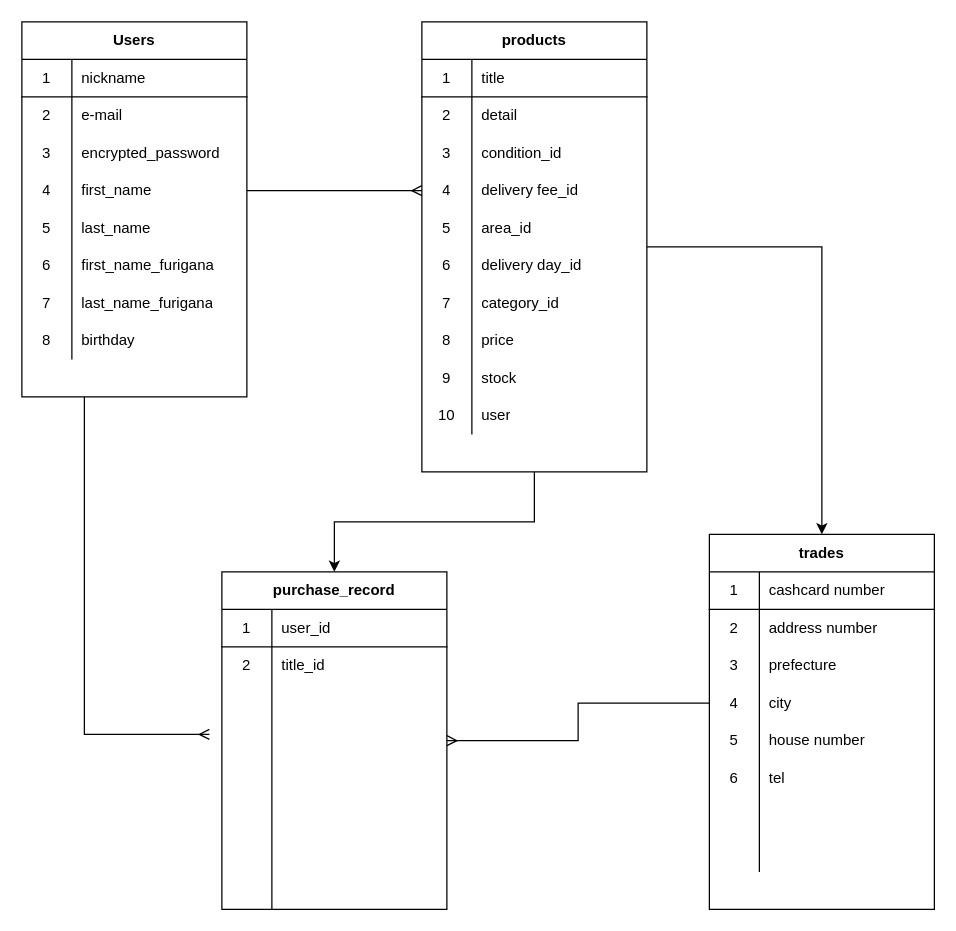
sontixyou/furima-33852 keeps this draw.io diagram as database.dio. Above is the earlier version. Source tidied: cells renumbered, new cells numbered last; positions are measured from the earlier drawing's top-left corner, leaving out a move shared by most shapes. Both pictures are drawn from the tidied source at 125%, with x=0, y=0 at pixel (21, 21).
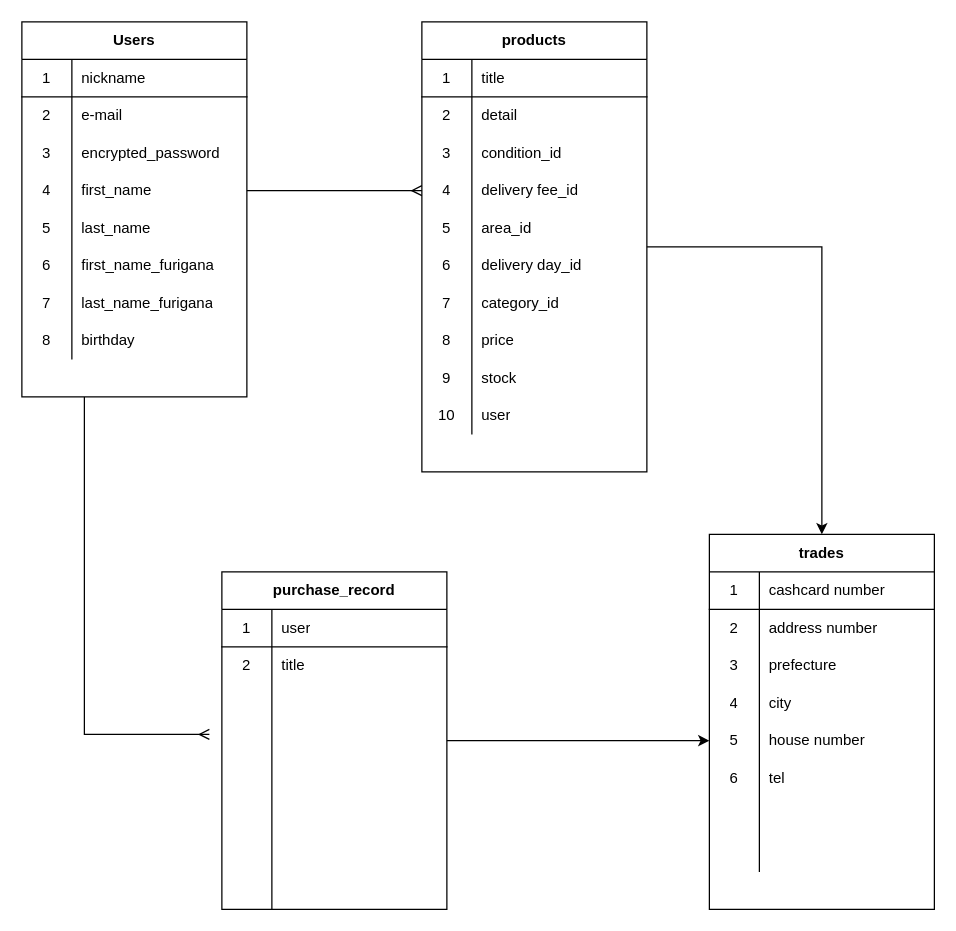
Above is the later version.

Commit message (it also covers changes not shown here):
テーブル修正3

The change refers to these unchanged cells:
```xml
<mxCell id="30" value="products" style="shape=table;html=1;whiteSpace=wrap;startSize=30;childLayout=tableLayout;rowLines=0;fontStyle=1;align=center;" parent="1" vertex="1">
  <mxGeometry x="320" width="180" height="360" as="geometry" />
</mxCell>
<mxCell id="61" value="purchase_record" style="shape=table;html=1;whiteSpace=wrap;startSize=30;childLayout=tableLayout;rowLines=0;fontStyle=1;align=center;" parent="1" vertex="1">
  <mxGeometry x="160" y="440" width="180" height="270" as="geometry" />
</mxCell>
<mxCell id="62" style="shape=partialRectangle;html=1;whiteSpace=wrap;fillColor=none;top=0;left=0;bottom=1;right=0;" parent="61" vertex="1">
  <mxGeometry y="30" width="180" height="30" as="geometry" />
</mxCell>
<mxCell id="65" style="shape=partialRectangle;html=1;whiteSpace=wrap;fillColor=none;top=0;left=0;bottom=0;right=0;" parent="61" vertex="1">
  <mxGeometry y="60" width="180" height="30" as="geometry" />
</mxCell>
<mxCell id="71" style="shape=partialRectangle;html=1;whiteSpace=wrap;fillColor=none;top=0;left=0;bottom=0;right=0;points=[[0,0.5],[1,0.5]];portConstraint=eastwest;" parent="61" vertex="1">
  <mxGeometry y="120" width="180" height="30" as="geometry" />
</mxCell>
<mxCell id="98" style="shape=partialRectangle;html=1;whiteSpace=wrap;fillColor=none;top=0;left=0;bottom=0;right=0;points=[[0,0.5],[1,0.5]];portConstraint=eastwest;" parent="88" vertex="1">
  <mxGeometry y="120" width="180" height="30" as="geometry" />
</mxCell>
<mxCell id="101" style="shape=partialRectangle;html=1;whiteSpace=wrap;fillColor=none;top=0;left=0;bottom=0;right=0;points=[[0,0.5],[1,0.5]];portConstraint=eastwest;" parent="88" vertex="1">
  <mxGeometry y="150" width="180" height="30" as="geometry" />
</mxCell>
```

Diff of the diagram source:
```diff
@@
-    <mxCell id="28" style="edgeStyle=orthogonalEdgeStyle;rounded=0;jettySize=auto;html=1;" parent="1" edge="1" source="30" target="61">
-      <mxGeometry relative="1" as="geometry" />
-    </mxCell>
@@
-    <mxCell id="64" value="user_id" style="shape=partialRectangle;html=1;whiteSpace=wrap;fillColor=none;top=0;left=0;bottom=0;right=0;align=left;spacingLeft=6;overflow=hidden;" parent="62" vertex="1">
+    <mxCell id="64" value="user" style="shape=partialRectangle;html=1;whiteSpace=wrap;fillColor=none;top=0;left=0;bottom=0;right=0;align=left;spacingLeft=6;overflow=hidden;" parent="62" vertex="1">
       <mxGeometry x="40" width="140" height="30" as="geometry" />
     </mxCell>
@@
-    <mxCell id="67" value="title_id" style="shape=partialRectangle;html=1;whiteSpace=wrap;fillColor=none;top=0;left=0;bottom=0;right=0;align=left;spacingLeft=6;overflow=hidden;" parent="65" vertex="1">
+    <mxCell id="67" value="title" style="shape=partialRectangle;html=1;whiteSpace=wrap;fillColor=none;top=0;left=0;bottom=0;right=0;align=left;spacingLeft=6;overflow=hidden;" parent="65" vertex="1">
       <mxGeometry x="40" width="140" height="30" as="geometry" />
     </mxCell>
@@
-    <mxCell id="113" style="edgeStyle=orthogonalEdgeStyle;rounded=0;jettySize=auto;html=1;entryX=1;entryY=0.5;entryDx=0;entryDy=0;endArrow=ERmany;endFill=0;" parent="1" edge="1" source="98" target="71">
-      <mxGeometry relative="1" as="geometry" />
-    </mxCell>
+    <mxCell id="114" style="edgeStyle=orthogonalEdgeStyle;rounded=0;jettySize=auto;html=1;endArrow=classic;endFill=1;" parent="1" edge="1" source="71" target="101">
+      <mxGeometry relative="1" as="geometry" />
+    </mxCell>
```
